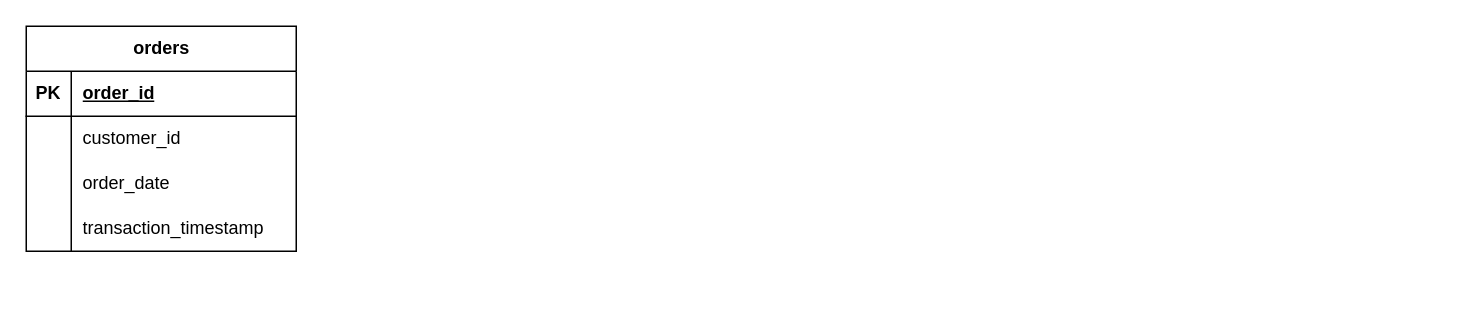
HariHaraChandar0715/gizmobox_sales_project_de keeps this draw.io diagram as gizmobox_sls.drawio. Above is the earlier version. Source tidied: cells renumbered, new cells numbered last; positions are measured from the earlier drawing's top-left corner, leaving out a move shared by most shapes. Both pictures are drawn from the tidied source at 150%, with x=0, y=0 at pixel (26, 26).
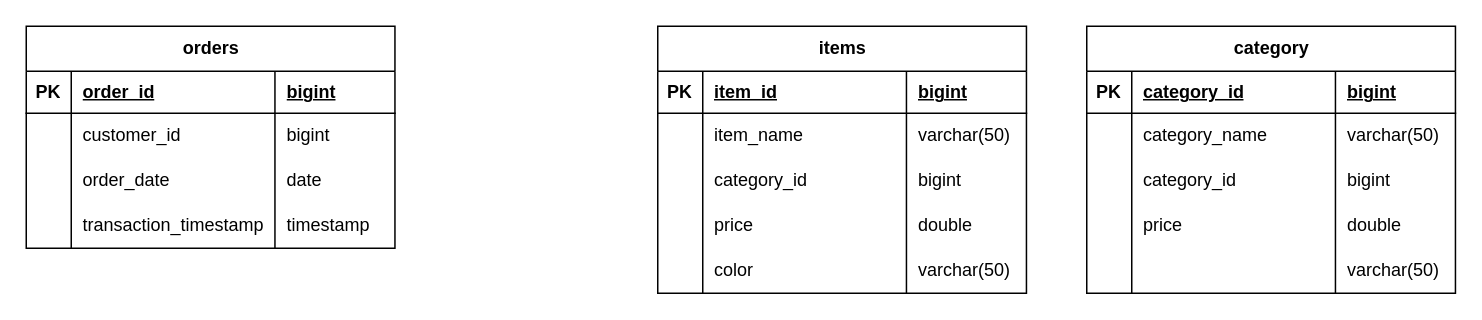
After the change.

Diff of the diagram source:
```diff
@@
     <mxCell id="2" value="orders" style="shape=table;startSize=30;childLayout=tableLayout;rowLines=0;fontStyle=1;align=center;html=1;" parent="1" vertex="1">
-      <mxGeometry width="180" height="150" as="geometry" />
+      <mxGeometry width="245.8" height="148" as="geometry" />
     </mxCell>
     <mxCell id="3" style="shape=tableRow;horizontal=0;startSize=0;swimlaneHead=0;swimlaneBody=0;fillColor=none;top=0;left=0;right=0;bottom=1;" parent="2" vertex="1">
-      <mxGeometry y="30" width="180" height="30" as="geometry" />
+      <mxGeometry y="30" width="245.8" height="28" as="geometry" />
     </mxCell>
     <mxCell id="4" value="PK" style="shape=partialRectangle;fillColor=none;top=0;left=0;bottom=0;right=0;fontStyle=1;overflow=hidden;whiteSpace=wrap;html=1;" parent="3" vertex="1">
-      <mxGeometry width="30" height="30" as="geometry" />
+      <mxGeometry width="30" height="28" as="geometry" />
     </mxCell>
     <mxCell id="5" value="order_id" style="shape=partialRectangle;fillColor=none;top=0;left=0;bottom=0;right=0;align=left;spacingLeft=6;fontStyle=5;overflow=hidden;whiteSpace=wrap;html=1;" parent="3" vertex="1">
-      <mxGeometry x="30" width="150" height="30" as="geometry" />
+      <mxGeometry x="30" width="135.8" height="28" as="geometry" />
     </mxCell>
+    <mxCell id="15" value="bigint" style="shape=partialRectangle;fillColor=none;top=0;left=0;bottom=0;right=0;align=left;spacingLeft=6;fontStyle=5;overflow=hidden;whiteSpace=wrap;html=1;" parent="3" vertex="1">
+      <mxGeometry x="165.8" width="80" height="28" as="geometry" />
+    </mxCell>
     <mxCell id="6" style="shape=tableRow;horizontal=0;startSize=0;swimlaneHead=0;swimlaneBody=0;fillColor=none;top=0;left=0;right=0;bottom=0;" parent="2" vertex="1">
-      <mxGeometry y="60" width="180" height="30" as="geometry" />
+      <mxGeometry y="58" width="245.8" height="30" as="geometry" />
     </mxCell>
@@
     <mxCell id="8" value="customer_id" style="shape=partialRectangle;fillColor=none;top=0;left=0;bottom=0;right=0;align=left;spacingLeft=6;overflow=hidden;whiteSpace=wrap;html=1;" parent="6" vertex="1">
-      <mxGeometry x="30" width="150" height="30" as="geometry" />
+      <mxGeometry x="30" width="135.8" height="30" as="geometry" />
     </mxCell>
+    <mxCell id="16" value="bigint" style="shape=partialRectangle;fillColor=none;top=0;left=0;bottom=0;right=0;align=left;spacingLeft=6;overflow=hidden;whiteSpace=wrap;html=1;" parent="6" vertex="1">
+      <mxGeometry x="165.8" width="80" height="30" as="geometry" />
+    </mxCell>
     <mxCell id="9" style="shape=tableRow;horizontal=0;startSize=0;swimlaneHead=0;swimlaneBody=0;fillColor=none;top=0;left=0;right=0;bottom=0;" parent="2" vertex="1">
-      <mxGeometry y="90" width="180" height="30" as="geometry" />
+      <mxGeometry y="88" width="245.8" height="30" as="geometry" />
     </mxCell>
@@
     <mxCell id="11" value="order_date" style="shape=partialRectangle;fillColor=none;top=0;left=0;bottom=0;right=0;align=left;spacingLeft=6;overflow=hidden;whiteSpace=wrap;html=1;" parent="9" vertex="1">
-      <mxGeometry x="30" width="150" height="30" as="geometry" />
+      <mxGeometry x="30" width="135.8" height="30" as="geometry" />
     </mxCell>
+    <mxCell id="17" value="date" style="shape=partialRectangle;fillColor=none;top=0;left=0;bottom=0;right=0;align=left;spacingLeft=6;overflow=hidden;whiteSpace=wrap;html=1;" parent="9" vertex="1">
+      <mxGeometry x="165.8" width="80" height="30" as="geometry" />
+    </mxCell>
     <mxCell id="12" style="shape=tableRow;horizontal=0;startSize=0;swimlaneHead=0;swimlaneBody=0;fillColor=none;top=0;left=0;right=0;bottom=0;" parent="2" vertex="1">
-      <mxGeometry y="120" width="180" height="30" as="geometry" />
+      <mxGeometry y="118" width="245.8" height="30" as="geometry" />
     </mxCell>
@@
     <mxCell id="14" value="transaction_timestamp" style="shape=partialRectangle;fillColor=none;top=0;left=0;bottom=0;right=0;align=left;spacingLeft=6;overflow=hidden;whiteSpace=wrap;html=1;" parent="12" vertex="1">
-      <mxGeometry x="30" width="150" height="30" as="geometry" />
+      <mxGeometry x="30" width="135.8" height="30" as="geometry" />
     </mxCell>
+    <mxCell id="18" value="timestamp" style="shape=partialRectangle;fillColor=none;top=0;left=0;bottom=0;right=0;align=left;spacingLeft=6;overflow=hidden;whiteSpace=wrap;html=1;" parent="12" vertex="1">
+      <mxGeometry x="165.8" width="80" height="30" as="geometry" />
+    </mxCell>
+    <mxCell id="19" value="items" style="shape=table;startSize=30;childLayout=tableLayout;rowLines=0;fontStyle=1;align=center;html=1;" parent="1" vertex="1">
+      <mxGeometry x="421" width="245.8" height="178" as="geometry" />
+    </mxCell>
+    <mxCell id="20" style="shape=tableRow;horizontal=0;startSize=0;swimlaneHead=0;swimlaneBody=0;fillColor=none;top=0;left=0;right=0;bottom=1;" parent="19" vertex="1">
+      <mxGeometry y="30" width="245.8" height="28" as="geometry" />
+    </mxCell>
+    <mxCell id="21" value="PK" style="shape=partialRectangle;fillColor=none;top=0;left=0;bottom=0;right=0;fontStyle=1;overflow=hidden;whiteSpace=wrap;html=1;" parent="20" vertex="1">
+      <mxGeometry width="30" height="28" as="geometry" />
+    </mxCell>
+    <mxCell id="22" value="item_id" style="shape=partialRectangle;fillColor=none;top=0;left=0;bottom=0;right=0;align=left;spacingLeft=6;fontStyle=5;overflow=hidden;whiteSpace=wrap;html=1;" parent="20" vertex="1">
+      <mxGeometry x="30" width="135.8" height="28" as="geometry" />
+    </mxCell>
+    <mxCell id="23" value="bigint" style="shape=partialRectangle;fillColor=none;top=0;left=0;bottom=0;right=0;align=left;spacingLeft=6;fontStyle=5;overflow=hidden;whiteSpace=wrap;html=1;" parent="20" vertex="1">
+      <mxGeometry x="165.8" width="80" height="28" as="geometry" />
+    </mxCell>
+    <mxCell id="24" style="shape=tableRow;horizontal=0;startSize=0;swimlaneHead=0;swimlaneBody=0;fillColor=none;top=0;left=0;right=0;bottom=0;" parent="19" vertex="1">
+      <mxGeometry y="58" width="245.8" height="30" as="geometry" />
+    </mxCell>
+    <mxCell id="25" style="shape=partialRectangle;fillColor=none;top=0;left=0;bottom=0;right=0;overflow=hidden;whiteSpace=wrap;html=1;" parent="24" vertex="1">
+      <mxGeometry width="30" height="30" as="geometry" />
+    </mxCell>
+    <mxCell id="26" value="item_name" style="shape=partialRectangle;fillColor=none;top=0;left=0;bottom=0;right=0;align=left;spacingLeft=6;overflow=hidden;whiteSpace=wrap;html=1;" parent="24" vertex="1">
+      <mxGeometry x="30" width="135.8" height="30" as="geometry" />
+    </mxCell>
+    <mxCell id="27" value="varchar(50)" style="shape=partialRectangle;fillColor=none;top=0;left=0;bottom=0;right=0;align=left;spacingLeft=6;overflow=hidden;whiteSpace=wrap;html=1;" parent="24" vertex="1">
+      <mxGeometry x="165.8" width="80" height="30" as="geometry" />
+    </mxCell>
+    <mxCell id="28" style="shape=tableRow;horizontal=0;startSize=0;swimlaneHead=0;swimlaneBody=0;fillColor=none;top=0;left=0;right=0;bottom=0;" parent="19" vertex="1">
+      <mxGeometry y="88" width="245.8" height="30" as="geometry" />
+    </mxCell>
+    <mxCell id="29" style="shape=partialRectangle;fillColor=none;top=0;left=0;bottom=0;right=0;overflow=hidden;whiteSpace=wrap;html=1;" parent="28" vertex="1">
+      <mxGeometry width="30" height="30" as="geometry" />
+    </mxCell>
+    <mxCell id="30" value="category_id" style="shape=partialRectangle;fillColor=none;top=0;left=0;bottom=0;right=0;align=left;spacingLeft=6;overflow=hidden;whiteSpace=wrap;html=1;" parent="28" vertex="1">
+      <mxGeometry x="30" width="135.8" height="30" as="geometry" />
+    </mxCell>
+    <mxCell id="31" value="bigint" style="shape=partialRectangle;fillColor=none;top=0;left=0;bottom=0;right=0;align=left;spacingLeft=6;overflow=hidden;whiteSpace=wrap;html=1;" parent="28" vertex="1">
+      <mxGeometry x="165.8" width="80" height="30" as="geometry" />
+    </mxCell>
+    <mxCell id="32" style="shape=tableRow;horizontal=0;startSize=0;swimlaneHead=0;swimlaneBody=0;fillColor=none;top=0;left=0;right=0;bottom=0;" parent="19" vertex="1">
+      <mxGeometry y="118" width="245.8" height="30" as="geometry" />
+    </mxCell>
+    <mxCell id="33" style="shape=partialRectangle;fillColor=none;top=0;left=0;bottom=0;right=0;overflow=hidden;whiteSpace=wrap;html=1;" parent="32" vertex="1">
+      <mxGeometry width="30" height="30" as="geometry" />
+    </mxCell>
+    <mxCell id="34" value="price" style="shape=partialRectangle;fillColor=none;top=0;left=0;bottom=0;right=0;align=left;spacingLeft=6;overflow=hidden;whiteSpace=wrap;html=1;" parent="32" vertex="1">
+      <mxGeometry x="30" width="135.8" height="30" as="geometry" />
+    </mxCell>
+    <mxCell id="35" value="double" style="shape=partialRectangle;fillColor=none;top=0;left=0;bottom=0;right=0;align=left;spacingLeft=6;overflow=hidden;whiteSpace=wrap;html=1;" parent="32" vertex="1">
+      <mxGeometry x="165.8" width="80" height="30" as="geometry" />
+    </mxCell>
+    <mxCell id="36" style="shape=tableRow;horizontal=0;startSize=0;swimlaneHead=0;swimlaneBody=0;fillColor=none;top=0;left=0;right=0;bottom=0;" parent="19" vertex="1">
+      <mxGeometry y="148" width="245.8" height="30" as="geometry" />
+    </mxCell>
+    <mxCell id="37" style="shape=partialRectangle;fillColor=none;top=0;left=0;bottom=0;right=0;overflow=hidden;whiteSpace=wrap;html=1;" parent="36" vertex="1">
+      <mxGeometry width="30" height="30" as="geometry" />
+    </mxCell>
+    <mxCell id="38" value="color" style="shape=partialRectangle;fillColor=none;top=0;left=0;bottom=0;right=0;align=left;spacingLeft=6;overflow=hidden;whiteSpace=wrap;html=1;" parent="36" vertex="1">
+      <mxGeometry x="30" width="135.8" height="30" as="geometry" />
+    </mxCell>
+    <mxCell id="39" value="varchar(50)" style="shape=partialRectangle;fillColor=none;top=0;left=0;bottom=0;right=0;align=left;spacingLeft=6;overflow=hidden;whiteSpace=wrap;html=1;" parent="36" vertex="1">
+      <mxGeometry x="165.8" width="80" height="30" as="geometry" />
+    </mxCell>
+    <mxCell id="40" value="category" style="shape=table;startSize=30;childLayout=tableLayout;rowLines=0;fontStyle=1;align=center;html=1;" parent="1" vertex="1">
+      <mxGeometry x="707" width="245.8" height="178" as="geometry" />
+    </mxCell>
+    <mxCell id="41" style="shape=tableRow;horizontal=0;startSize=0;swimlaneHead=0;swimlaneBody=0;fillColor=none;top=0;left=0;right=0;bottom=1;" parent="40" vertex="1">
+      <mxGeometry y="30" width="245.8" height="28" as="geometry" />
+    </mxCell>
+    <mxCell id="42" value="PK" style="shape=partialRectangle;fillColor=none;top=0;left=0;bottom=0;right=0;fontStyle=1;overflow=hidden;whiteSpace=wrap;html=1;" parent="41" vertex="1">
+      <mxGeometry width="30" height="28" as="geometry" />
+    </mxCell>
+    <mxCell id="43" value="category_id" style="shape=partialRectangle;fillColor=none;top=0;left=0;bottom=0;right=0;align=left;spacingLeft=6;fontStyle=5;overflow=hidden;whiteSpace=wrap;html=1;" parent="41" vertex="1">
+      <mxGeometry x="30" width="135.8" height="28" as="geometry" />
+    </mxCell>
+    <mxCell id="44" value="bigint" style="shape=partialRectangle;fillColor=none;top=0;left=0;bottom=0;right=0;align=left;spacingLeft=6;fontStyle=5;overflow=hidden;whiteSpace=wrap;html=1;" parent="41" vertex="1">
+      <mxGeometry x="165.8" width="80" height="28" as="geometry" />
+    </mxCell>
+    <mxCell id="45" style="shape=tableRow;horizontal=0;startSize=0;swimlaneHead=0;swimlaneBody=0;fillColor=none;top=0;left=0;right=0;bottom=0;" parent="40" vertex="1">
+      <mxGeometry y="58" width="245.8" height="30" as="geometry" />
+    </mxCell>
+    <mxCell id="46" style="shape=partialRectangle;fillColor=none;top=0;left=0;bottom=0;right=0;overflow=hidden;whiteSpace=wrap;html=1;" parent="45" vertex="1">
+      <mxGeometry width="30" height="30" as="geometry" />
+    </mxCell>
+    <mxCell id="47" value="category_name" style="shape=partialRectangle;fillColor=none;top=0;left=0;bottom=0;right=0;align=left;spacingLeft=6;overflow=hidden;whiteSpace=wrap;html=1;" parent="45" vertex="1">
+      <mxGeometry x="30" width="135.8" height="30" as="geometry" />
+    </mxCell>
+    <mxCell id="48" value="varchar(50)" style="shape=partialRectangle;fillColor=none;top=0;left=0;bottom=0;right=0;align=left;spacingLeft=6;overflow=hidden;whiteSpace=wrap;html=1;" parent="45" vertex="1">
+      <mxGeometry x="165.8" width="80" height="30" as="geometry" />
+    </mxCell>
+    <mxCell id="49" style="shape=tableRow;horizontal=0;startSize=0;swimlaneHead=0;swimlaneBody=0;fillColor=none;top=0;left=0;right=0;bottom=0;" parent="40" vertex="1">
+      <mxGeometry y="88" width="245.8" height="30" as="geometry" />
+    </mxCell>
+    <mxCell id="50" style="shape=partialRectangle;fillColor=none;top=0;left=0;bottom=0;right=0;overflow=hidden;whiteSpace=wrap;html=1;" parent="49" vertex="1">
+      <mxGeometry width="30" height="30" as="geometry" />
+    </mxCell>
+    <mxCell id="51" value="category_id" style="shape=partialRectangle;fillColor=none;top=0;left=0;bottom=0;right=0;align=left;spacingLeft=6;overflow=hidden;whiteSpace=wrap;html=1;" parent="49" vertex="1">
+      <mxGeometry x="30" width="135.8" height="30" as="geometry" />
+    </mxCell>
+    <mxCell id="52" value="bigint" style="shape=partialRectangle;fillColor=none;top=0;left=0;bottom=0;right=0;align=left;spacingLeft=6;overflow=hidden;whiteSpace=wrap;html=1;" parent="49" vertex="1">
+      <mxGeometry x="165.8" width="80" height="30" as="geometry" />
+    </mxCell>
+    <mxCell id="53" style="shape=tableRow;horizontal=0;startSize=0;swimlaneHead=0;swimlaneBody=0;fillColor=none;top=0;left=0;right=0;bottom=0;" parent="40" vertex="1">
+      <mxGeometry y="118" width="245.8" height="30" as="geometry" />
+    </mxCell>
+    <mxCell id="54" style="shape=partialRectangle;fillColor=none;top=0;left=0;bottom=0;right=0;overflow=hidden;whiteSpace=wrap;html=1;" parent="53" vertex="1">
+      <mxGeometry width="30" height="30" as="geometry" />
+    </mxCell>
+    <mxCell id="55" value="price" style="shape=partialRectangle;fillColor=none;top=0;left=0;bottom=0;right=0;align=left;spacingLeft=6;overflow=hidden;whiteSpace=wrap;html=1;" parent="53" vertex="1">
+      <mxGeometry x="30" width="135.8" height="30" as="geometry" />
+    </mxCell>
+    <mxCell id="56" value="double" style="shape=partialRectangle;fillColor=none;top=0;left=0;bottom=0;right=0;align=left;spacingLeft=6;overflow=hidden;whiteSpace=wrap;html=1;" parent="53" vertex="1">
+      <mxGeometry x="165.8" width="80" height="30" as="geometry" />
+    </mxCell>
+    <mxCell id="57" style="shape=tableRow;horizontal=0;startSize=0;swimlaneHead=0;swimlaneBody=0;fillColor=none;top=0;left=0;right=0;bottom=0;" parent="40" vertex="1">
+      <mxGeometry y="148" width="245.8" height="30" as="geometry" />
+    </mxCell>
+    <mxCell id="58" style="shape=partialRectangle;fillColor=none;top=0;left=0;bottom=0;right=0;overflow=hidden;whiteSpace=wrap;html=1;" parent="57" vertex="1">
+      <mxGeometry width="30" height="30" as="geometry" />
+    </mxCell>
+    <mxCell id="59" style="shape=partialRectangle;fillColor=none;top=0;left=0;bottom=0;right=0;align=left;spacingLeft=6;overflow=hidden;whiteSpace=wrap;html=1;" parent="57" vertex="1">
+      <mxGeometry x="30" width="135.8" height="30" as="geometry" />
+    </mxCell>
+    <mxCell id="60" value="varchar(50)" style="shape=partialRectangle;fillColor=none;top=0;left=0;bottom=0;right=0;align=left;spacingLeft=6;overflow=hidden;whiteSpace=wrap;html=1;" parent="57" vertex="1">
+      <mxGeometry x="165.8" width="80" height="30" as="geometry" />
+    </mxCell>
```
